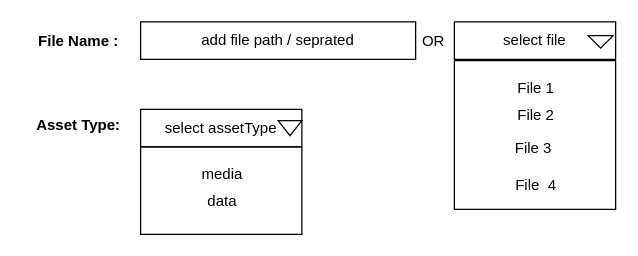
Earlier version of the draw.io diagram Untitled Diagram.drawio (NayanKhedkar/Design). Source tidied: cells renumbered, new cells numbered last; positions are measured from the earlier drawing's top-left corner, leaving out a move shared by most shapes. Both pictures are drawn from the tidied source at 125%, with x=0, y=0 at pixel (21, 21).
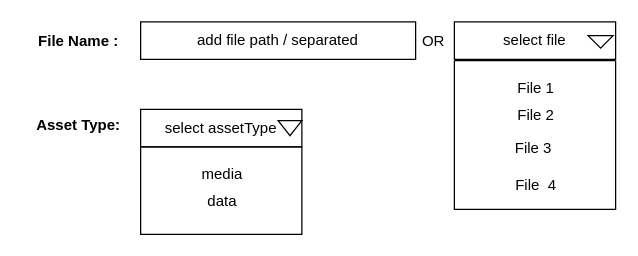
Above is the later version.

Change to the diagram source:
```diff
@@
 <mxGraphModel>
   <root>
     <mxCell id="0" />
     <mxCell id="1" parent="0" />
-    <mxCell id="2" value="add file path / seprated" style="rounded=0;whiteSpace=wrap;html=1;" parent="1" vertex="1">
+    <mxCell id="2" value="add file path / separated" style="rounded=0;whiteSpace=wrap;html=1;" parent="1" vertex="1">
       <mxGeometry x="95" width="220" height="30" as="geometry" />
     </mxCell>
     <mxCell id="3" style="swimlane;startSize=0;" parent="1" vertex="1">
       <mxGeometry x="346" y="31" width="129" height="119" as="geometry" />
     </mxCell>
     <mxCell id="4" value="File 1" style="text;html=1;align=center;verticalAlign=middle;strokeColor=none;fillColor=none;" parent="3" vertex="1">
       <mxGeometry x="39.5" y="7" width="50" height="30" as="geometry" />
     </mxCell>
     <mxCell id="5" value="File&amp;nbsp; 4" style="text;html=1;align=center;verticalAlign=middle;strokeColor=none;fillColor=none;" parent="3" vertex="1">
       <mxGeometry x="34.5" y="85" width="60" height="30" as="geometry" />
     </mxCell>
     <mxCell id="6" value="File 3" style="text;html=1;align=center;verticalAlign=middle;strokeColor=none;fillColor=none;" parent="3" vertex="1">
       <mxGeometry x="38" y="55" width="50" height="30" as="geometry" />
     </mxCell>
     <mxCell id="7" value="File 2" style="text;html=1;align=center;verticalAlign=middle;strokeColor=none;fillColor=none;" parent="3" vertex="1">
       <mxGeometry x="39.5" y="29" width="50" height="30" as="geometry" />
     </mxCell>
     <mxCell id="8" value="select file" style="rounded=0;whiteSpace=wrap;html=1;" parent="1" vertex="1">
       <mxGeometry x="346" width="129" height="30" as="geometry" />
     </mxCell>
     <mxCell id="9" style="triangle;whiteSpace=wrap;html=1;direction=south;" parent="1" vertex="1">
       <mxGeometry x="453" y="11" width="20" height="10" as="geometry" />
     </mxCell>
     <mxCell id="10" value="OR" style="text;html=1;align=center;verticalAlign=middle;strokeColor=none;fillColor=none;" parent="1" vertex="1">
       <mxGeometry x="309" y="1" width="40" height="30" as="geometry" />
     </mxCell>
     <mxCell id="11" value="&lt;b&gt;File Name :&lt;/b&gt;" style="text;html=1;align=center;verticalAlign=middle;strokeColor=none;fillColor=none;" parent="1" vertex="1">
       <mxGeometry y="1" width="90" height="30" as="geometry" />
     </mxCell>
     <mxCell id="12" value="&lt;b&gt;Asset Type:&lt;/b&gt;" style="text;html=1;align=center;verticalAlign=middle;strokeColor=none;fillColor=none;" parent="1" vertex="1">
       <mxGeometry y="68" width="90" height="30" as="geometry" />
     </mxCell>
     <mxCell id="13" value="select assetType" style="rounded=0;whiteSpace=wrap;html=1;" parent="1" vertex="1">
       <mxGeometry x="95" y="70" width="129" height="30" as="geometry" />
     </mxCell>
     <mxCell id="14" style="triangle;whiteSpace=wrap;html=1;direction=south;" parent="1" vertex="1">
       <mxGeometry x="205" y="79" width="19" height="12" as="geometry" />
     </mxCell>
     <mxCell id="15" style="swimlane;startSize=0;" parent="1" vertex="1">
       <mxGeometry x="95" y="100" width="129" height="70" as="geometry" />
     </mxCell>
     <mxCell id="16" value="media" style="text;html=1;align=center;verticalAlign=middle;strokeColor=none;fillColor=none;" parent="15" vertex="1">
       <mxGeometry x="34.5" y="7" width="60" height="30" as="geometry" />
     </mxCell>
     <mxCell id="17" value="data" style="text;html=1;align=center;verticalAlign=middle;strokeColor=none;fillColor=none;" parent="15" vertex="1">
       <mxGeometry x="39.5" y="29" width="50" height="30" as="geometry" />
     </mxCell>
   </root>
 </mxGraphModel>
```
